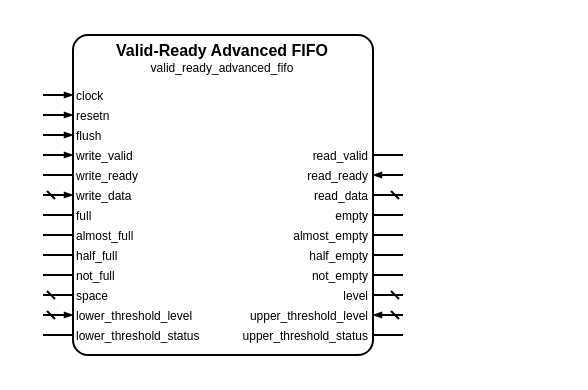
Before: sources/data/valid_ready/advanced_fifo/valid_ready_advanced_fifo.symbol.drawio in Louis-DR/OmniCores-BuildingBlocks, a draw.io diagram. Source tidied: cells renumbered, new cells numbered last; positions are measured from the earlier drawing's top-left corner, leaving out a move shared by most shapes. Both pictures are drawn from the tidied source at 200%, with x=0, y=0 at pixel (42, 34).
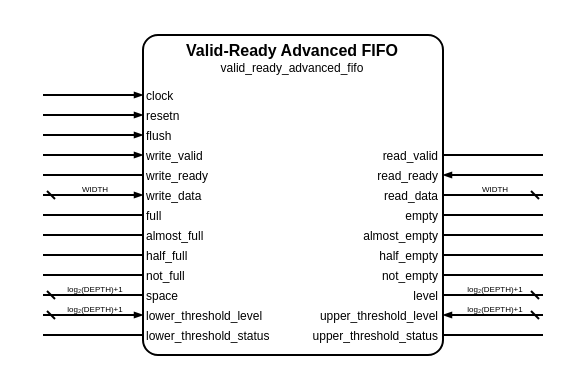
The same page after the edit.

Diff of the diagram source:
```diff
@@
     <mxCell id="2" style="group;" parent="1" vertex="1">
-      <mxGeometry width="180" height="160" as="geometry" />
+      <mxGeometry width="250" height="160" as="geometry" />
     </mxCell>
     <mxCell id="3" style="rounded=1;arcSize=5;fillColor=none;strokeWidth=1;strokeColor=black;whiteSpace=wrap;html=1;" parent="2" vertex="1">
-      <mxGeometry x="15" width="150" height="160" as="geometry" />
+      <mxGeometry x="50" width="150" height="160" as="geometry" />
     </mxCell>
     <mxCell id="4" value="Valid-Ready Advanced FIFO" style="text;html=1;align=center;verticalAlign=middle;whiteSpace=wrap;rounded=0;fontSize=8;fontStyle=1;fontColor=black;" parent="2" vertex="1">
-      <mxGeometry x="15" y="7" width="150" as="geometry" />
+      <mxGeometry x="50" y="7" width="150" as="geometry" />
     </mxCell>
     <mxCell id="5" value="valid_ready_advanced_fifo" style="text;html=1;align=center;verticalAlign=middle;whiteSpace=wrap;rounded=0;fontSize=6;fontStyle=0;fontColor=black;" parent="2" vertex="1">
-      <mxGeometry x="15" y="16" width="150" as="geometry" />
+      <mxGeometry x="50" y="16" width="150" as="geometry" />
     </mxCell>
     <mxCell id="6" value="clock" style="text;html=1;align=left;verticalAlign=middle;whiteSpace=wrap;rounded=0;fontSize=6;fontStyle=0;fontColor=black;" parent="2" vertex="1">
-      <mxGeometry x="15" y="30" width="150" as="geometry" />
+      <mxGeometry x="50" y="30" width="150" as="geometry" />
     </mxCell>
     <mxCell id="7" style="html=1;rounded=1;strokeWidth=1;strokeColor=black;startFill=0;startSize=2;startArrow=none;endFill=1;endSize=2;endArrow=blockThin;sourcePerimeterSpacing=0;" parent="2" edge="1">
       <mxGeometry relative="1" as="geometry">
         <mxPoint y="30" as="sourcePoint" />
-        <mxPoint x="15" y="30" as="targetPoint" />
+        <mxPoint x="50" y="30" as="targetPoint" />
       </mxGeometry>
     </mxCell>
     <mxCell id="8" value="resetn" style="text;html=1;align=left;verticalAlign=middle;whiteSpace=wrap;rounded=0;fontSize=6;fontStyle=0;fontColor=black;" parent="2" vertex="1">
-      <mxGeometry x="15" y="40" width="150" as="geometry" />
+      <mxGeometry x="50" y="40" width="150" as="geometry" />
     </mxCell>
     <mxCell id="9" style="html=1;rounded=1;strokeWidth=1;strokeColor=black;startFill=0;startSize=2;startArrow=none;endFill=1;endSize=2;endArrow=blockThin;sourcePerimeterSpacing=0;" parent="2" edge="1">
       <mxGeometry relative="1" as="geometry">
         <mxPoint y="40" as="sourcePoint" />
-        <mxPoint x="15" y="40" as="targetPoint" />
+        <mxPoint x="50" y="40" as="targetPoint" />
       </mxGeometry>
     </mxCell>
     <mxCell id="10" value="flush" style="text;html=1;align=left;verticalAlign=middle;whiteSpace=wrap;rounded=0;fontSize=6;fontStyle=0;fontColor=black;" parent="2" vertex="1">
-      <mxGeometry x="15" y="50" width="150" as="geometry" />
+      <mxGeometry x="50" y="50" width="150" as="geometry" />
     </mxCell>
     <mxCell id="11" style="html=1;rounded=1;strokeWidth=1;strokeColor=black;startFill=0;startSize=2;startArrow=none;endFill=1;endSize=2;endArrow=blockThin;sourcePerimeterSpacing=0;" parent="2" edge="1">
       <mxGeometry relative="1" as="geometry">
         <mxPoint y="50" as="sourcePoint" />
-        <mxPoint x="15" y="50" as="targetPoint" />
+        <mxPoint x="50" y="50" as="targetPoint" />
       </mxGeometry>
     </mxCell>
     <mxCell id="12" value="write_valid" style="text;html=1;align=left;verticalAlign=middle;whiteSpace=wrap;rounded=0;fontSize=6;fontStyle=0;fontColor=black;" parent="2" vertex="1">
-      <mxGeometry x="15" y="60" width="150" as="geometry" />
+      <mxGeometry x="50" y="60" width="150" as="geometry" />
     </mxCell>
     <mxCell id="13" style="html=1;rounded=1;strokeWidth=1;strokeColor=black;startFill=0;startSize=2;startArrow=none;endFill=1;endSize=2;endArrow=blockThin;sourcePerimeterSpacing=0;" parent="2" edge="1">
       <mxGeometry relative="1" as="geometry">
         <mxPoint y="60" as="sourcePoint" />
-        <mxPoint x="15" y="60" as="targetPoint" />
+        <mxPoint x="50" y="60" as="targetPoint" />
       </mxGeometry>
     </mxCell>
     <mxCell id="14" value="read_valid" style="text;html=1;align=right;verticalAlign=middle;whiteSpace=wrap;rounded=0;fontSize=6;fontStyle=0;fontColor=black;" parent="2" vertex="1">
-      <mxGeometry x="15" y="60" width="150" as="geometry" />
+      <mxGeometry x="50" y="60" width="150" as="geometry" />
     </mxCell>
     <mxCell id="15" style="html=1;rounded=1;strokeWidth=1;strokeColor=black;startFill=0;startSize=2;startArrow=none;endFill=1;endSize=2;endArrow=none;sourcePerimeterSpacing=0;" parent="2" edge="1">
       <mxGeometry relative="1" as="geometry">
-        <mxPoint x="180" y="60" as="sourcePoint" />
-        <mxPoint x="165" y="60" as="targetPoint" />
+        <mxPoint x="250" y="60" as="sourcePoint" />
+        <mxPoint x="200" y="60" as="targetPoint" />
       </mxGeometry>
     </mxCell>
     <mxCell id="16" value="write_ready" style="text;html=1;align=left;verticalAlign=middle;whiteSpace=wrap;rounded=0;fontSize=6;fontStyle=0;fontColor=black;" parent="2" vertex="1">
-      <mxGeometry x="15" y="70" width="150" as="geometry" />
+      <mxGeometry x="50" y="70" width="150" as="geometry" />
     </mxCell>
     <mxCell id="17" style="html=1;rounded=1;strokeWidth=1;strokeColor=black;startFill=0;startSize=2;startArrow=none;endFill=1;endSize=2;endArrow=none;sourcePerimeterSpacing=0;" parent="2" edge="1">
       <mxGeometry relative="1" as="geometry">
         <mxPoint y="70" as="sourcePoint" />
-        <mxPoint x="15" y="70" as="targetPoint" />
+        <mxPoint x="50" y="70" as="targetPoint" />
       </mxGeometry>
     </mxCell>
     <mxCell id="18" value="read_ready" style="text;html=1;align=right;verticalAlign=middle;whiteSpace=wrap;rounded=0;fontSize=6;fontStyle=0;fontColor=black;" parent="2" vertex="1">
-      <mxGeometry x="15" y="70" width="150" as="geometry" />
+      <mxGeometry x="50" y="70" width="150" as="geometry" />
     </mxCell>
     <mxCell id="19" style="html=1;rounded=1;strokeWidth=1;strokeColor=black;startFill=0;startSize=2;startArrow=none;endFill=1;endSize=2;endArrow=blockThin;sourcePerimeterSpacing=0;" parent="2" edge="1">
       <mxGeometry relative="1" as="geometry">
-        <mxPoint x="180" y="70" as="sourcePoint" />
-        <mxPoint x="165" y="70" as="targetPoint" />
+        <mxPoint x="250" y="70" as="sourcePoint" />
+        <mxPoint x="200" y="70" as="targetPoint" />
       </mxGeometry>
     </mxCell>
     <mxCell id="20" value="write_data" style="text;html=1;align=left;verticalAlign=middle;whiteSpace=wrap;rounded=0;fontSize=6;fontStyle=0;fontColor=black;" parent="2" vertex="1">
-      <mxGeometry x="15" y="80" width="150" as="geometry" />
+      <mxGeometry x="50" y="80" width="150" as="geometry" />
     </mxCell>
     <mxCell id="21" style="html=1;rounded=1;strokeWidth=1;strokeColor=black;startFill=0;startSize=2;startArrow=dash;endFill=1;endSize=2;endArrow=blockThin;sourcePerimeterSpacing=0;" parent="2" edge="1">
       <mxGeometry relative="1" as="geometry">
         <mxPoint y="80" as="sourcePoint" />
-        <mxPoint x="15" y="80" as="targetPoint" />
+        <mxPoint x="50" y="80" as="targetPoint" />
       </mxGeometry>
     </mxCell>
+    <mxCell id="52" value="WIDTH" style="text;html=1;align=center;verticalAlign=middle;whiteSpace=nowrap;rounded=0;fontSize=4;fontStyle=0;fontColor=black;" parent="2" vertex="1">
+      <mxGeometry x="25" y="77" as="geometry" />
+    </mxCell>
     <mxCell id="22" value="read_data" style="text;html=1;align=right;verticalAlign=middle;whiteSpace=wrap;rounded=0;fontSize=6;fontStyle=0;fontColor=black;" parent="2" vertex="1">
-      <mxGeometry x="15" y="80" width="150" as="geometry" />
+      <mxGeometry x="50" y="80" width="150" as="geometry" />
     </mxCell>
     <mxCell id="23" style="html=1;rounded=1;strokeWidth=1;strokeColor=black;startFill=0;startSize=2;startArrow=dash;endFill=1;endSize=2;endArrow=none;sourcePerimeterSpacing=0;" parent="2" edge="1">
       <mxGeometry relative="1" as="geometry">
-        <mxPoint x="180" y="80" as="sourcePoint" />
-        <mxPoint x="165" y="80" as="targetPoint" />
+        <mxPoint x="250" y="80" as="sourcePoint" />
+        <mxPoint x="200" y="80" as="targetPoint" />
       </mxGeometry>
     </mxCell>
+    <mxCell id="53" value="WIDTH" style="text;html=1;align=center;verticalAlign=middle;whiteSpace=nowrap;rounded=0;fontSize=4;fontStyle=0;fontColor=black;" parent="2" vertex="1">
+      <mxGeometry x="225" y="77" as="geometry" />
+    </mxCell>
     <mxCell id="24" value="full" style="text;html=1;align=left;verticalAlign=middle;whiteSpace=wrap;rounded=0;fontSize=6;fontStyle=0;fontColor=black;" parent="2" vertex="1">
-      <mxGeometry x="15" y="90" width="150" as="geometry" />
+      <mxGeometry x="50" y="90" width="150" as="geometry" />
     </mxCell>
     <mxCell id="25" style="html=1;rounded=1;strokeWidth=1;strokeColor=black;startFill=0;startSize=2;startArrow=none;endFill=1;endSize=2;endArrow=none;sourcePerimeterSpacing=0;" parent="2" edge="1">
       <mxGeometry relative="1" as="geometry">
         <mxPoint y="90" as="sourcePoint" />
-        <mxPoint x="15" y="90" as="targetPoint" />
+        <mxPoint x="50" y="90" as="targetPoint" />
       </mxGeometry>
     </mxCell>
     <mxCell id="26" value="empty" style="text;html=1;align=right;verticalAlign=middle;whiteSpace=wrap;rounded=0;fontSize=6;fontStyle=0;fontColor=black;" parent="2" vertex="1">
-      <mxGeometry x="15" y="90" width="150" as="geometry" />
+      <mxGeometry x="50" y="90" width="150" as="geometry" />
     </mxCell>
     <mxCell id="27" style="html=1;rounded=1;strokeWidth=1;strokeColor=black;startFill=0;startSize=2;startArrow=none;endFill=1;endSize=2;endArrow=none;sourcePerimeterSpacing=0;" parent="2" edge="1">
       <mxGeometry relative="1" as="geometry">
-        <mxPoint x="180" y="90" as="sourcePoint" />
-        <mxPoint x="165" y="90" as="targetPoint" />
+        <mxPoint x="250" y="90" as="sourcePoint" />
+        <mxPoint x="200" y="90" as="targetPoint" />
       </mxGeometry>
     </mxCell>
     <mxCell id="28" value="almost_full" style="text;html=1;align=left;verticalAlign=middle;whiteSpace=wrap;rounded=0;fontSize=6;fontStyle=0;fontColor=black;" parent="2" vertex="1">
-      <mxGeometry x="15" y="100" width="150" as="geometry" />
+      <mxGeometry x="50" y="100" width="150" as="geometry" />
     </mxCell>
     <mxCell id="29" style="html=1;rounded=1;strokeWidth=1;strokeColor=black;startFill=0;startSize=2;startArrow=none;endFill=1;endSize=2;endArrow=none;sourcePerimeterSpacing=0;" parent="2" edge="1">
       <mxGeometry relative="1" as="geometry">
         <mxPoint y="100" as="sourcePoint" />
-        <mxPoint x="15" y="100" as="targetPoint" />
+        <mxPoint x="50" y="100" as="targetPoint" />
       </mxGeometry>
     </mxCell>
     <mxCell id="30" value="almost_empty" style="text;html=1;align=right;verticalAlign=middle;whiteSpace=wrap;rounded=0;fontSize=6;fontStyle=0;fontColor=black;" parent="2" vertex="1">
-      <mxGeometry x="15" y="100" width="150" as="geometry" />
+      <mxGeometry x="50" y="100" width="150" as="geometry" />
     </mxCell>
     <mxCell id="31" style="html=1;rounded=1;strokeWidth=1;strokeColor=black;startFill=0;startSize=2;startArrow=none;endFill=1;endSize=2;endArrow=none;sourcePerimeterSpacing=0;" parent="2" edge="1">
       <mxGeometry relative="1" as="geometry">
-        <mxPoint x="180" y="100" as="sourcePoint" />
-        <mxPoint x="165" y="100" as="targetPoint" />
+        <mxPoint x="250" y="100" as="sourcePoint" />
+        <mxPoint x="200" y="100" as="targetPoint" />
       </mxGeometry>
     </mxCell>
     <mxCell id="32" value="half_full" style="text;html=1;align=left;verticalAlign=middle;whiteSpace=wrap;rounded=0;fontSize=6;fontStyle=0;fontColor=black;" parent="2" vertex="1">
-      <mxGeometry x="15" y="110" width="150" as="geometry" />
+      <mxGeometry x="50" y="110" width="150" as="geometry" />
     </mxCell>
     <mxCell id="33" style="html=1;rounded=1;strokeWidth=1;strokeColor=black;startFill=0;startSize=2;startArrow=none;endFill=1;endSize=2;endArrow=none;sourcePerimeterSpacing=0;" parent="2" edge="1">
       <mxGeometry relative="1" as="geometry">
         <mxPoint y="110" as="sourcePoint" />
-        <mxPoint x="15" y="110" as="targetPoint" />
+        <mxPoint x="50" y="110" as="targetPoint" />
       </mxGeometry>
     </mxCell>
     <mxCell id="34" value="half_empty" style="text;html=1;align=right;verticalAlign=middle;whiteSpace=wrap;rounded=0;fontSize=6;fontStyle=0;fontColor=black;" parent="2" vertex="1">
-      <mxGeometry x="15" y="110" width="150" as="geometry" />
+      <mxGeometry x="50" y="110" width="150" as="geometry" />
     </mxCell>
     <mxCell id="35" style="html=1;rounded=1;strokeWidth=1;strokeColor=black;startFill=0;startSize=2;startArrow=none;endFill=1;endSize=2;endArrow=none;sourcePerimeterSpacing=0;" parent="2" edge="1">
       <mxGeometry relative="1" as="geometry">
-        <mxPoint x="180" y="110" as="sourcePoint" />
-        <mxPoint x="165" y="110" as="targetPoint" />
+        <mxPoint x="250" y="110" as="sourcePoint" />
+        <mxPoint x="200" y="110" as="targetPoint" />
       </mxGeometry>
     </mxCell>
     <mxCell id="36" value="not_full" style="text;html=1;align=left;verticalAlign=middle;whiteSpace=wrap;rounded=0;fontSize=6;fontStyle=0;fontColor=black;" parent="2" vertex="1">
-      <mxGeometry x="15" y="120" width="150" as="geometry" />
+      <mxGeometry x="50" y="120" width="150" as="geometry" />
     </mxCell>
     <mxCell id="37" style="html=1;rounded=1;strokeWidth=1;strokeColor=black;startFill=0;startSize=2;startArrow=none;endFill=1;endSize=2;endArrow=none;sourcePerimeterSpacing=0;" parent="2" edge="1">
       <mxGeometry relative="1" as="geometry">
         <mxPoint y="120" as="sourcePoint" />
-        <mxPoint x="15" y="120" as="targetPoint" />
+        <mxPoint x="50" y="120" as="targetPoint" />
       </mxGeometry>
     </mxCell>
     <mxCell id="38" value="not_empty" style="text;html=1;align=right;verticalAlign=middle;whiteSpace=wrap;rounded=0;fontSize=6;fontStyle=0;fontColor=black;" parent="2" vertex="1">
-      <mxGeometry x="15" y="120" width="150" as="geometry" />
+      <mxGeometry x="50" y="120" width="150" as="geometry" />
     </mxCell>
     <mxCell id="39" style="html=1;rounded=1;strokeWidth=1;strokeColor=black;startFill=0;startSize=2;startArrow=none;endFill=1;endSize=2;endArrow=none;sourcePerimeterSpacing=0;" parent="2" edge="1">
       <mxGeometry relative="1" as="geometry">
-        <mxPoint x="180" y="120" as="sourcePoint" />
-        <mxPoint x="165" y="120" as="targetPoint" />
+        <mxPoint x="250" y="120" as="sourcePoint" />
+        <mxPoint x="200" y="120" as="targetPoint" />
       </mxGeometry>
     </mxCell>
     <mxCell id="40" value="space" style="text;html=1;align=left;verticalAlign=middle;whiteSpace=wrap;rounded=0;fontSize=6;fontStyle=0;fontColor=black;" parent="2" vertex="1">
-      <mxGeometry x="15" y="130" width="150" as="geometry" />
+      <mxGeometry x="50" y="130" width="150" as="geometry" />
     </mxCell>
     <mxCell id="41" style="html=1;rounded=1;strokeWidth=1;strokeColor=black;startFill=0;startSize=2;startArrow=dash;endFill=1;endSize=2;endArrow=none;sourcePerimeterSpacing=0;" parent="2" edge="1">
       <mxGeometry relative="1" as="geometry">
         <mxPoint y="130" as="sourcePoint" />
-        <mxPoint x="15" y="130" as="targetPoint" />
+        <mxPoint x="50" y="130" as="targetPoint" />
       </mxGeometry>
     </mxCell>
+    <mxCell id="54" value="log₂(DEPTH)+1" style="text;html=1;align=center;verticalAlign=middle;whiteSpace=nowrap;rounded=0;fontSize=4;fontStyle=0;fontColor=black;" parent="2" vertex="1">
+      <mxGeometry x="25" y="127" as="geometry" />
+    </mxCell>
     <mxCell id="42" value="level" style="text;html=1;align=right;verticalAlign=middle;whiteSpace=wrap;rounded=0;fontSize=6;fontStyle=0;fontColor=black;" parent="2" vertex="1">
-      <mxGeometry x="15" y="130" width="150" as="geometry" />
+      <mxGeometry x="50" y="130" width="150" as="geometry" />
     </mxCell>
     <mxCell id="43" style="html=1;rounded=1;strokeWidth=1;strokeColor=black;startFill=0;startSize=2;startArrow=dash;endFill=1;endSize=2;endArrow=none;sourcePerimeterSpacing=0;" parent="2" edge="1">
       <mxGeometry relative="1" as="geometry">
-        <mxPoint x="180" y="130" as="sourcePoint" />
-        <mxPoint x="165" y="130" as="targetPoint" />
+        <mxPoint x="250" y="130" as="sourcePoint" />
+        <mxPoint x="200" y="130" as="targetPoint" />
       </mxGeometry>
     </mxCell>
+    <mxCell id="55" value="log₂(DEPTH)+1" style="text;html=1;align=center;verticalAlign=middle;whiteSpace=nowrap;rounded=0;fontSize=4;fontStyle=0;fontColor=black;" parent="2" vertex="1">
+      <mxGeometry x="225" y="127" as="geometry" />
+    </mxCell>
     <mxCell id="44" value="lower_threshold_level" style="text;html=1;align=left;verticalAlign=middle;whiteSpace=wrap;rounded=0;fontSize=6;fontStyle=0;fontColor=black;" parent="2" vertex="1">
-      <mxGeometry x="15" y="140" width="150" as="geometry" />
+      <mxGeometry x="50" y="140" width="150" as="geometry" />
     </mxCell>
     <mxCell id="45" style="html=1;rounded=1;strokeWidth=1;strokeColor=black;startFill=0;startSize=2;startArrow=dash;endFill=1;endSize=2;endArrow=blockThin;sourcePerimeterSpacing=0;" parent="2" edge="1">
       <mxGeometry relative="1" as="geometry">
         <mxPoint y="140" as="sourcePoint" />
-        <mxPoint x="15" y="140" as="targetPoint" />
+        <mxPoint x="50" y="140" as="targetPoint" />
       </mxGeometry>
     </mxCell>
+    <mxCell id="56" value="log₂(DEPTH)+1" style="text;html=1;align=center;verticalAlign=middle;whiteSpace=nowrap;rounded=0;fontSize=4;fontStyle=0;fontColor=black;" parent="2" vertex="1">
+      <mxGeometry x="25" y="137" as="geometry" />
+    </mxCell>
     <mxCell id="46" value="upper_threshold_level" style="text;html=1;align=right;verticalAlign=middle;whiteSpace=wrap;rounded=0;fontSize=6;fontStyle=0;fontColor=black;" parent="2" vertex="1">
-      <mxGeometry x="15" y="140" width="150" as="geometry" />
+      <mxGeometry x="50" y="140" width="150" as="geometry" />
     </mxCell>
     <mxCell id="47" style="html=1;rounded=1;strokeWidth=1;strokeColor=black;startFill=0;startSize=2;startArrow=dash;endFill=1;endSize=2;endArrow=blockThin;sourcePerimeterSpacing=0;" parent="2" edge="1">
       <mxGeometry relative="1" as="geometry">
-        <mxPoint x="180" y="140" as="sourcePoint" />
-        <mxPoint x="165" y="140" as="targetPoint" />
+        <mxPoint x="250" y="140" as="sourcePoint" />
+        <mxPoint x="200" y="140" as="targetPoint" />
       </mxGeometry>
     </mxCell>
+    <mxCell id="57" value="log₂(DEPTH)+1" style="text;html=1;align=center;verticalAlign=middle;whiteSpace=nowrap;rounded=0;fontSize=4;fontStyle=0;fontColor=black;" parent="2" vertex="1">
+      <mxGeometry x="225" y="137" as="geometry" />
+    </mxCell>
     <mxCell id="48" value="lower_threshold_status" style="text;html=1;align=left;verticalAlign=middle;whiteSpace=wrap;rounded=0;fontSize=6;fontStyle=0;fontColor=black;" parent="2" vertex="1">
-      <mxGeometry x="15" y="150" width="150" as="geometry" />
+      <mxGeometry x="50" y="150" width="150" as="geometry" />
     </mxCell>
     <mxCell id="49" style="html=1;rounded=1;strokeWidth=1;strokeColor=black;startFill=0;startSize=2;startArrow=none;endFill=1;endSize=2;endArrow=none;sourcePerimeterSpacing=0;" parent="2" edge="1">
       <mxGeometry relative="1" as="geometry">
         <mxPoint y="150" as="sourcePoint" />
-        <mxPoint x="15" y="150" as="targetPoint" />
+        <mxPoint x="50" y="150" as="targetPoint" />
       </mxGeometry>
     </mxCell>
     <mxCell id="50" value="upper_threshold_status" style="text;html=1;align=right;verticalAlign=middle;whiteSpace=wrap;rounded=0;fontSize=6;fontStyle=0;fontColor=black;" parent="2" vertex="1">
-      <mxGeometry x="15" y="150" width="150" as="geometry" />
+      <mxGeometry x="50" y="150" width="150" as="geometry" />
     </mxCell>
     <mxCell id="51" style="html=1;rounded=1;strokeWidth=1;strokeColor=black;startFill=0;startSize=2;startArrow=none;endFill=1;endSize=2;endArrow=none;sourcePerimeterSpacing=0;" parent="2" edge="1">
       <mxGeometry relative="1" as="geometry">
-        <mxPoint x="180" y="150" as="sourcePoint" />
-        <mxPoint x="165" y="150" as="targetPoint" />
+        <mxPoint x="250" y="150" as="sourcePoint" />
+        <mxPoint x="200" y="150" as="targetPoint" />
       </mxGeometry>
     </mxCell>
```
